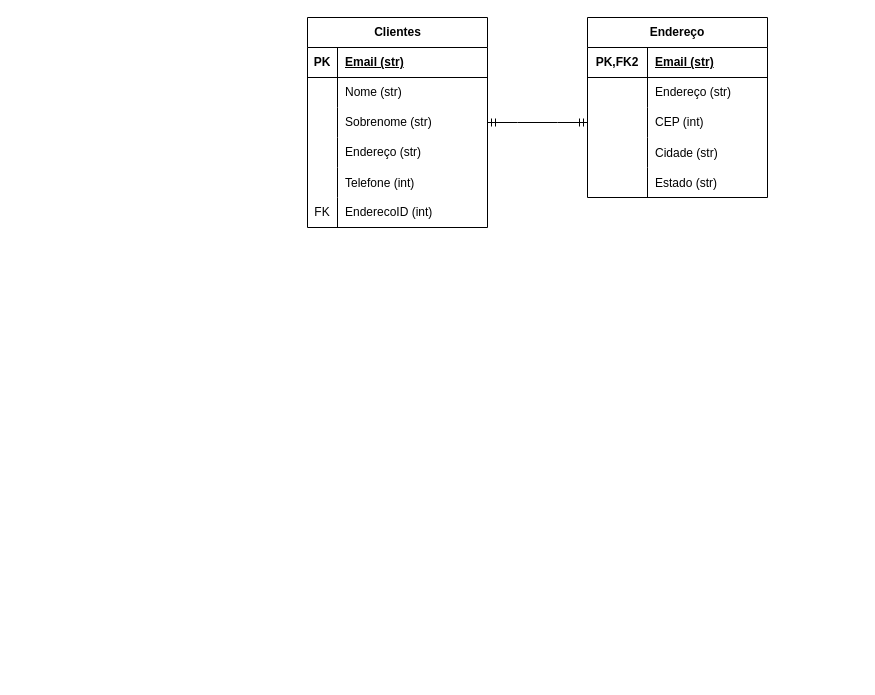
Above: page "Lógico" (2 of 2) of Dannyel/DanFonR.drawio in DanFonR/cco_database_iesb (draw.io), before the change. Source tidied: cells renumbered, new cells numbered last; positions are measured from the earlier drawing's top-left corner, leaving out a move shared by most shapes. Both pictures are drawn from the tidied source at 100%, with x=0, y=0 at pixel (307, 17).
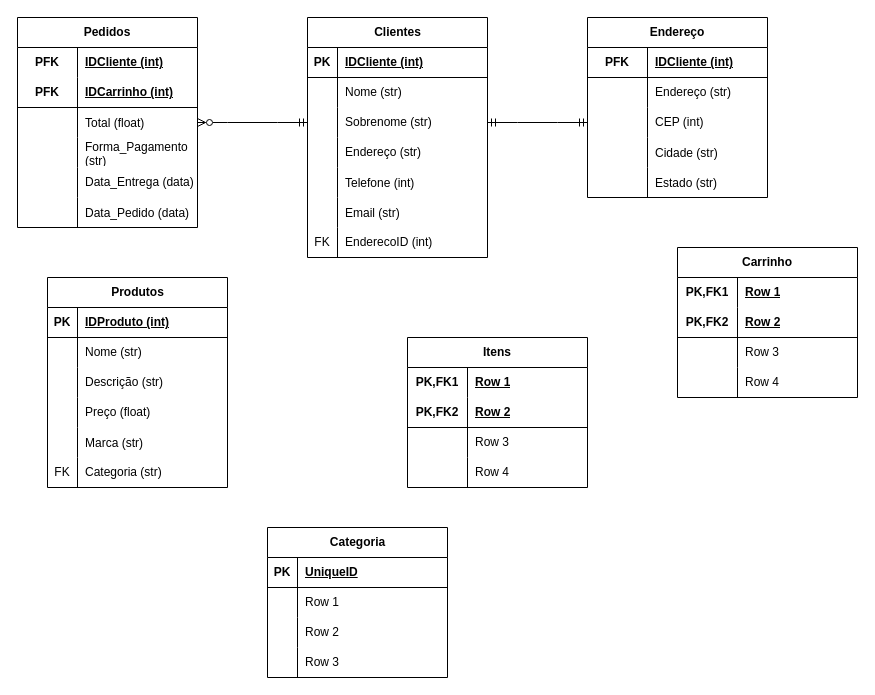
The same page after the edit.

The change refers to these unchanged cells:
```xml
<mxCell id="3" style="shape=tableRow;horizontal=0;startSize=0;swimlaneHead=0;swimlaneBody=0;fillColor=none;top=0;left=0;right=0;bottom=1;" parent="2" vertex="1">
  <mxGeometry y="30" width="180" height="30" as="geometry" />
</mxCell>
<mxCell id="9" style="shape=tableRow;horizontal=0;startSize=0;swimlaneHead=0;swimlaneBody=0;fillColor=none;points=[[0,0.5],[1,0.5]];portConstraint=eastwest;top=0;left=0;right=0;bottom=0;" parent="2" vertex="1">
  <mxGeometry y="90" width="180" height="30" as="geometry" />
</mxCell>
<mxCell id="23" style="shape=tableRow;horizontal=0;startSize=0;swimlaneHead=0;swimlaneBody=0;fillColor=none;top=0;left=0;right=0;bottom=1;html=1;" parent="22" vertex="1">
  <mxGeometry y="30" width="180" height="30" as="geometry" />
</mxCell>
```

Change to the diagram source:
```diff
@@
     <mxCell id="2" value="Clientes" style="shape=table;startSize=30;childLayout=tableLayout;rowLines=0;fontStyle=1;align=center;html=1;" parent="1" vertex="1">
-      <mxGeometry width="180" height="210" as="geometry" />
+      <mxGeometry width="180" height="240" as="geometry" />
     </mxCell>
@@
-    <mxCell id="5" value="Email (str)" style="shape=partialRectangle;fillColor=none;top=0;left=0;bottom=0;right=0;align=left;spacingLeft=6;fontStyle=5;overflow=hidden;whiteSpace=wrap;html=1;" parent="3" vertex="1">
+    <mxCell id="5" value="IDCliente (int)" style="shape=partialRectangle;fillColor=none;top=0;left=0;bottom=0;right=0;align=left;spacingLeft=6;fontStyle=5;overflow=hidden;whiteSpace=wrap;html=1;" parent="3" vertex="1">
       <mxGeometry x="30" width="150" height="30" as="geometry" />
     </mxCell>
@@
+    <mxCell id="38" style="shape=tableRow;horizontal=0;startSize=0;swimlaneHead=0;swimlaneBody=0;fillColor=none;top=0;left=0;right=0;bottom=0;" parent="2" vertex="1">
+      <mxGeometry y="180" width="180" height="30" as="geometry" />
+    </mxCell>
+    <mxCell id="39" style="shape=partialRectangle;fillColor=none;top=0;left=0;bottom=0;right=0;overflow=hidden;" parent="38" vertex="1">
+      <mxGeometry width="30" height="30" as="geometry" />
+    </mxCell>
+    <mxCell id="40" value="Email (str)" style="shape=partialRectangle;fillColor=none;top=0;left=0;bottom=0;right=0;align=left;spacingLeft=6;overflow=hidden;" parent="38" vertex="1">
+      <mxGeometry x="30" width="150" height="30" as="geometry" />
+    </mxCell>
     <mxCell id="18" style="shape=tableRow;horizontal=0;startSize=0;swimlaneHead=0;swimlaneBody=0;fillColor=none;top=0;left=0;right=0;bottom=0;" parent="2" vertex="1">
-      <mxGeometry y="180" width="180" height="30" as="geometry" />
+      <mxGeometry y="210" width="180" height="30" as="geometry" />
     </mxCell>
@@
-    <mxCell id="24" value="PK,FK2" style="shape=partialRectangle;fillColor=none;top=0;left=0;bottom=0;right=0;fontStyle=1;overflow=hidden;html=1;whiteSpace=wrap;" parent="23" vertex="1">
+    <mxCell id="24" value="PFK" style="shape=partialRectangle;fillColor=none;top=0;left=0;bottom=0;right=0;fontStyle=1;overflow=hidden;html=1;whiteSpace=wrap;" parent="23" vertex="1">
       <mxGeometry width="60" height="30" as="geometry" />
     </mxCell>
-    <mxCell id="25" value="Email (str)" style="shape=partialRectangle;fillColor=none;top=0;left=0;bottom=0;right=0;align=left;spacingLeft=6;fontStyle=5;overflow=hidden;html=1;whiteSpace=wrap;" parent="23" vertex="1">
+    <mxCell id="25" value="IDCliente (int)" style="shape=partialRectangle;fillColor=none;top=0;left=0;bottom=0;right=0;align=left;spacingLeft=6;fontStyle=5;overflow=hidden;html=1;whiteSpace=wrap;" parent="23" vertex="1">
       <mxGeometry x="60" width="120" height="30" as="geometry" />
     </mxCell>
@@
+    <mxCell id="41" value="Produtos" style="shape=table;startSize=30;childLayout=tableLayout;rowLines=0;fontStyle=1;align=center;html=1;" parent="1" vertex="1">
+      <mxGeometry x="-260" y="260" width="180" height="210" as="geometry" />
+    </mxCell>
+    <mxCell id="42" style="shape=tableRow;horizontal=0;startSize=0;swimlaneHead=0;swimlaneBody=0;fillColor=none;top=0;left=0;right=0;bottom=1;" parent="41" vertex="1">
+      <mxGeometry y="30" width="180" height="30" as="geometry" />
+    </mxCell>
+    <mxCell id="43" value="PK" style="shape=partialRectangle;fillColor=none;top=0;left=0;bottom=0;right=0;fontStyle=1;overflow=hidden;whiteSpace=wrap;html=1;" parent="42" vertex="1">
+      <mxGeometry width="30" height="30" as="geometry" />
+    </mxCell>
+    <mxCell id="44" value="IDProduto (int)" style="shape=partialRectangle;fillColor=none;top=0;left=0;bottom=0;right=0;align=left;spacingLeft=6;fontStyle=5;overflow=hidden;whiteSpace=wrap;html=1;" parent="42" vertex="1">
+      <mxGeometry x="30" width="150" height="30" as="geometry" />
+    </mxCell>
+    <mxCell id="45" style="shape=tableRow;horizontal=0;startSize=0;swimlaneHead=0;swimlaneBody=0;fillColor=none;top=0;left=0;right=0;bottom=0;" parent="41" vertex="1">
+      <mxGeometry y="60" width="180" height="30" as="geometry" />
+    </mxCell>
+    <mxCell id="46" style="shape=partialRectangle;fillColor=none;top=0;left=0;bottom=0;right=0;overflow=hidden;whiteSpace=wrap;html=1;" parent="45" vertex="1">
+      <mxGeometry width="30" height="30" as="geometry" />
+    </mxCell>
+    <mxCell id="47" value="Nome (str)" style="shape=partialRectangle;fillColor=none;top=0;left=0;bottom=0;right=0;align=left;spacingLeft=6;overflow=hidden;whiteSpace=wrap;html=1;" parent="45" vertex="1">
+      <mxGeometry x="30" width="150" height="30" as="geometry" />
+    </mxCell>
+    <mxCell id="48" style="shape=tableRow;horizontal=0;startSize=0;swimlaneHead=0;swimlaneBody=0;fillColor=none;top=0;left=0;right=0;bottom=0;" parent="41" vertex="1">
+      <mxGeometry y="90" width="180" height="30" as="geometry" />
+    </mxCell>
+    <mxCell id="49" style="shape=partialRectangle;fillColor=none;top=0;left=0;bottom=0;right=0;overflow=hidden;whiteSpace=wrap;html=1;" parent="48" vertex="1">
+      <mxGeometry width="30" height="30" as="geometry" />
+    </mxCell>
+    <mxCell id="50" value="Descrição (str)" style="shape=partialRectangle;fillColor=none;top=0;left=0;bottom=0;right=0;align=left;spacingLeft=6;overflow=hidden;whiteSpace=wrap;html=1;" parent="48" vertex="1">
+      <mxGeometry x="30" width="150" height="30" as="geometry" />
+    </mxCell>
+    <mxCell id="51" style="shape=tableRow;horizontal=0;startSize=0;swimlaneHead=0;swimlaneBody=0;fillColor=none;top=0;left=0;right=0;bottom=0;" parent="41" vertex="1">
+      <mxGeometry y="120" width="180" height="30" as="geometry" />
+    </mxCell>
+    <mxCell id="52" style="shape=partialRectangle;fillColor=none;top=0;left=0;bottom=0;right=0;overflow=hidden;whiteSpace=wrap;html=1;" parent="51" vertex="1">
+      <mxGeometry width="30" height="30" as="geometry" />
+    </mxCell>
+    <mxCell id="53" value="Preço (float)" style="shape=partialRectangle;fillColor=none;top=0;left=0;bottom=0;right=0;align=left;spacingLeft=6;overflow=hidden;whiteSpace=wrap;html=1;" parent="51" vertex="1">
+      <mxGeometry x="30" width="150" height="30" as="geometry" />
+    </mxCell>
+    <mxCell id="54" style="shape=tableRow;horizontal=0;startSize=0;swimlaneHead=0;swimlaneBody=0;fillColor=none;top=0;left=0;right=0;bottom=0;" parent="41" vertex="1">
+      <mxGeometry y="150" width="180" height="30" as="geometry" />
+    </mxCell>
+    <mxCell id="55" style="shape=partialRectangle;fillColor=none;top=0;left=0;bottom=0;right=0;overflow=hidden;" parent="54" vertex="1">
+      <mxGeometry width="30" height="30" as="geometry" />
+    </mxCell>
+    <mxCell id="56" value="Marca (str)" style="shape=partialRectangle;fillColor=none;top=0;left=0;bottom=0;right=0;align=left;spacingLeft=6;overflow=hidden;" parent="54" vertex="1">
+      <mxGeometry x="30" width="150" height="30" as="geometry" />
+    </mxCell>
+    <mxCell id="57" style="shape=tableRow;horizontal=0;startSize=0;swimlaneHead=0;swimlaneBody=0;fillColor=none;top=0;left=0;right=0;bottom=0;" parent="41" vertex="1">
+      <mxGeometry y="180" width="180" height="30" as="geometry" />
+    </mxCell>
+    <mxCell id="58" value="FK" style="shape=partialRectangle;fillColor=none;top=0;left=0;bottom=0;right=0;fontStyle=0;overflow=hidden;whiteSpace=wrap;html=1;" parent="57" vertex="1">
+      <mxGeometry width="30" height="30" as="geometry" />
+    </mxCell>
+    <mxCell id="59" value="Categoria (str)" style="shape=partialRectangle;fillColor=none;top=0;left=0;bottom=0;right=0;align=left;spacingLeft=6;fontStyle=0;overflow=hidden;whiteSpace=wrap;html=1;" parent="57" vertex="1">
+      <mxGeometry x="30" width="150" height="30" as="geometry" />
+    </mxCell>
+    <mxCell id="60" value="Pedidos" style="shape=table;startSize=30;childLayout=tableLayout;rowLines=0;fontStyle=1;align=center;html=1;whiteSpace=wrap;" parent="1" vertex="1">
+      <mxGeometry x="-290" width="180" height="210" as="geometry" />
+    </mxCell>
+    <mxCell id="61" style="shape=tableRow;horizontal=0;startSize=0;swimlaneHead=0;swimlaneBody=0;fillColor=none;top=0;left=0;right=0;bottom=0;html=1;" parent="60" vertex="1">
+      <mxGeometry y="30" width="180" height="30" as="geometry" />
+    </mxCell>
+    <mxCell id="62" value="PFK" style="shape=partialRectangle;fillColor=none;top=0;left=0;bottom=0;right=0;fontStyle=1;overflow=hidden;html=1;whiteSpace=wrap;" parent="61" vertex="1">
+      <mxGeometry width="60" height="30" as="geometry" />
+    </mxCell>
+    <mxCell id="63" value="IDCliente (int)" style="shape=partialRectangle;fillColor=none;top=0;left=0;bottom=0;right=0;align=left;spacingLeft=6;fontStyle=5;overflow=hidden;html=1;whiteSpace=wrap;" parent="61" vertex="1">
+      <mxGeometry x="60" width="120" height="30" as="geometry" />
+    </mxCell>
+    <mxCell id="64" style="shape=tableRow;horizontal=0;startSize=0;swimlaneHead=0;swimlaneBody=0;fillColor=none;top=0;left=0;right=0;bottom=1;html=1;" parent="60" vertex="1">
+      <mxGeometry y="60" width="180" height="30" as="geometry" />
+    </mxCell>
+    <mxCell id="65" value="PFK" style="shape=partialRectangle;fillColor=none;top=0;left=0;bottom=0;right=0;fontStyle=1;overflow=hidden;html=1;whiteSpace=wrap;" parent="64" vertex="1">
+      <mxGeometry width="60" height="30" as="geometry" />
+    </mxCell>
+    <mxCell id="66" value="IDCarrinho (int)" style="shape=partialRectangle;fillColor=none;top=0;left=0;bottom=0;right=0;align=left;spacingLeft=6;fontStyle=5;overflow=hidden;html=1;whiteSpace=wrap;" parent="64" vertex="1">
+      <mxGeometry x="60" width="120" height="30" as="geometry" />
+    </mxCell>
+    <mxCell id="67" style="shape=tableRow;horizontal=0;startSize=0;swimlaneHead=0;swimlaneBody=0;fillColor=none;points=[[0,0.5],[1,0.5]];portConstraint=eastwest;top=0;left=0;right=0;bottom=0;" parent="60" vertex="1">
+      <mxGeometry y="90" width="180" height="30" as="geometry" />
+    </mxCell>
+    <mxCell id="68" style="shape=partialRectangle;fillColor=none;top=0;left=0;bottom=0;right=0;overflow=hidden;" parent="67" vertex="1">
+      <mxGeometry width="60" height="30" as="geometry" />
+    </mxCell>
+    <mxCell id="69" value="Total (float)" style="shape=partialRectangle;fillColor=none;top=0;left=0;bottom=0;right=0;align=left;spacingLeft=6;overflow=hidden;" parent="67" vertex="1">
+      <mxGeometry x="60" width="120" height="30" as="geometry" />
+    </mxCell>
+    <mxCell id="70" style="shape=tableRow;horizontal=0;startSize=0;swimlaneHead=0;swimlaneBody=0;fillColor=none;top=0;left=0;right=0;bottom=0;html=1;" parent="60" vertex="1">
+      <mxGeometry y="120" width="180" height="30" as="geometry" />
+    </mxCell>
+    <mxCell id="71" style="shape=partialRectangle;fillColor=none;top=0;left=0;bottom=0;right=0;overflow=hidden;html=1;whiteSpace=wrap;" parent="70" vertex="1">
+      <mxGeometry width="60" height="30" as="geometry" />
+    </mxCell>
+    <mxCell id="72" value="Forma_Pagamento (str)" style="shape=partialRectangle;fillColor=none;top=0;left=0;bottom=0;right=0;align=left;spacingLeft=6;overflow=hidden;html=1;whiteSpace=wrap;" parent="70" vertex="1">
+      <mxGeometry x="60" width="120" height="30" as="geometry" />
+    </mxCell>
+    <mxCell id="73" style="shape=tableRow;horizontal=0;startSize=0;swimlaneHead=0;swimlaneBody=0;fillColor=none;top=0;left=0;right=0;bottom=0;html=1;" parent="60" vertex="1">
+      <mxGeometry y="150" width="180" height="30" as="geometry" />
+    </mxCell>
+    <mxCell id="74" style="shape=partialRectangle;fillColor=none;top=0;left=0;bottom=0;right=0;overflow=hidden;html=1;whiteSpace=wrap;" parent="73" vertex="1">
+      <mxGeometry width="60" height="30" as="geometry" />
+    </mxCell>
+    <mxCell id="75" value="Data_Entrega (data)" style="shape=partialRectangle;fillColor=none;top=0;left=0;bottom=0;right=0;align=left;spacingLeft=6;overflow=hidden;html=1;whiteSpace=wrap;" parent="73" vertex="1">
+      <mxGeometry x="60" width="120" height="30" as="geometry" />
+    </mxCell>
+    <mxCell id="76" style="shape=tableRow;horizontal=0;startSize=0;swimlaneHead=0;swimlaneBody=0;fillColor=none;top=0;left=0;right=0;bottom=0;" parent="60" vertex="1">
+      <mxGeometry y="180" width="180" height="30" as="geometry" />
+    </mxCell>
+    <mxCell id="77" style="shape=partialRectangle;fillColor=none;top=0;left=0;bottom=0;right=0;overflow=hidden;" parent="76" vertex="1">
+      <mxGeometry width="60" height="30" as="geometry" />
+    </mxCell>
+    <mxCell id="78" value="Data_Pedido (data)" style="shape=partialRectangle;fillColor=none;top=0;left=0;bottom=0;right=0;align=left;spacingLeft=6;overflow=hidden;" parent="76" vertex="1">
+      <mxGeometry x="60" width="120" height="30" as="geometry" />
+    </mxCell>
+    <mxCell id="79" style="edgeStyle=entityRelationEdgeStyle;fontSize=12;html=1;endArrow=ERmandOne;startArrow=ERzeroToMany;rounded=0;startFill=0;endFill=0;entryX=0;entryY=0.5;entryDx=0;entryDy=0;exitX=1;exitY=0.5;exitDx=0;exitDy=0;" parent="1" edge="1" source="67" target="9">
+      <mxGeometry relative="1" as="geometry" />
+    </mxCell>
+    <mxCell id="80" value="Carrinho" style="shape=table;startSize=30;childLayout=tableLayout;rowLines=0;fontStyle=1;align=center;html=1;whiteSpace=wrap;" parent="1" vertex="1">
+      <mxGeometry x="370" y="230" width="180" height="150" as="geometry" />
+    </mxCell>
+    <mxCell id="81" style="shape=tableRow;horizontal=0;startSize=0;swimlaneHead=0;swimlaneBody=0;fillColor=none;top=0;left=0;right=0;bottom=0;html=1;" parent="80" vertex="1">
+      <mxGeometry y="30" width="180" height="30" as="geometry" />
+    </mxCell>
+    <mxCell id="82" value="PK,FK1" style="shape=partialRectangle;fillColor=none;top=0;left=0;bottom=0;right=0;fontStyle=1;overflow=hidden;html=1;whiteSpace=wrap;" parent="81" vertex="1">
+      <mxGeometry width="60" height="30" as="geometry" />
+    </mxCell>
+    <mxCell id="83" value="Row 1" style="shape=partialRectangle;fillColor=none;top=0;left=0;bottom=0;right=0;align=left;spacingLeft=6;fontStyle=5;overflow=hidden;html=1;whiteSpace=wrap;" parent="81" vertex="1">
+      <mxGeometry x="60" width="120" height="30" as="geometry" />
+    </mxCell>
+    <mxCell id="84" style="shape=tableRow;horizontal=0;startSize=0;swimlaneHead=0;swimlaneBody=0;fillColor=none;top=0;left=0;right=0;bottom=1;html=1;" parent="80" vertex="1">
+      <mxGeometry y="60" width="180" height="30" as="geometry" />
+    </mxCell>
+    <mxCell id="85" value="PK,FK2" style="shape=partialRectangle;fillColor=none;top=0;left=0;bottom=0;right=0;fontStyle=1;overflow=hidden;html=1;whiteSpace=wrap;" parent="84" vertex="1">
+      <mxGeometry width="60" height="30" as="geometry" />
+    </mxCell>
+    <mxCell id="86" value="Row 2" style="shape=partialRectangle;fillColor=none;top=0;left=0;bottom=0;right=0;align=left;spacingLeft=6;fontStyle=5;overflow=hidden;html=1;whiteSpace=wrap;" parent="84" vertex="1">
+      <mxGeometry x="60" width="120" height="30" as="geometry" />
+    </mxCell>
+    <mxCell id="87" style="shape=tableRow;horizontal=0;startSize=0;swimlaneHead=0;swimlaneBody=0;fillColor=none;top=0;left=0;right=0;bottom=0;html=1;" parent="80" vertex="1">
+      <mxGeometry y="90" width="180" height="30" as="geometry" />
+    </mxCell>
+    <mxCell id="88" style="shape=partialRectangle;fillColor=none;top=0;left=0;bottom=0;right=0;overflow=hidden;html=1;whiteSpace=wrap;" parent="87" vertex="1">
+      <mxGeometry width="60" height="30" as="geometry" />
+    </mxCell>
+    <mxCell id="89" value="Row 3" style="shape=partialRectangle;fillColor=none;top=0;left=0;bottom=0;right=0;align=left;spacingLeft=6;overflow=hidden;html=1;whiteSpace=wrap;" parent="87" vertex="1">
+      <mxGeometry x="60" width="120" height="30" as="geometry" />
+    </mxCell>
+    <mxCell id="90" style="shape=tableRow;horizontal=0;startSize=0;swimlaneHead=0;swimlaneBody=0;fillColor=none;top=0;left=0;right=0;bottom=0;html=1;" parent="80" vertex="1">
+      <mxGeometry y="120" width="180" height="30" as="geometry" />
+    </mxCell>
+    <mxCell id="91" style="shape=partialRectangle;fillColor=none;top=0;left=0;bottom=0;right=0;overflow=hidden;html=1;whiteSpace=wrap;" parent="90" vertex="1">
+      <mxGeometry width="60" height="30" as="geometry" />
+    </mxCell>
+    <mxCell id="92" value="Row 4" style="shape=partialRectangle;fillColor=none;top=0;left=0;bottom=0;right=0;align=left;spacingLeft=6;overflow=hidden;html=1;whiteSpace=wrap;" parent="90" vertex="1">
+      <mxGeometry x="60" width="120" height="30" as="geometry" />
+    </mxCell>
+    <mxCell id="93" value="Itens" style="shape=table;startSize=30;childLayout=tableLayout;rowLines=0;fontStyle=1;align=center;html=1;whiteSpace=wrap;" parent="1" vertex="1">
+      <mxGeometry x="100" y="320" width="180" height="150" as="geometry" />
+    </mxCell>
+    <mxCell id="94" style="shape=tableRow;horizontal=0;startSize=0;swimlaneHead=0;swimlaneBody=0;fillColor=none;top=0;left=0;right=0;bottom=0;html=1;" parent="93" vertex="1">
+      <mxGeometry y="30" width="180" height="30" as="geometry" />
+    </mxCell>
+    <mxCell id="95" value="PK,FK1" style="shape=partialRectangle;fillColor=none;top=0;left=0;bottom=0;right=0;fontStyle=1;overflow=hidden;html=1;whiteSpace=wrap;" parent="94" vertex="1">
+      <mxGeometry width="60" height="30" as="geometry" />
+    </mxCell>
+    <mxCell id="96" value="Row 1" style="shape=partialRectangle;fillColor=none;top=0;left=0;bottom=0;right=0;align=left;spacingLeft=6;fontStyle=5;overflow=hidden;html=1;whiteSpace=wrap;" parent="94" vertex="1">
+      <mxGeometry x="60" width="120" height="30" as="geometry" />
+    </mxCell>
+    <mxCell id="97" style="shape=tableRow;horizontal=0;startSize=0;swimlaneHead=0;swimlaneBody=0;fillColor=none;top=0;left=0;right=0;bottom=1;html=1;" parent="93" vertex="1">
+      <mxGeometry y="60" width="180" height="30" as="geometry" />
+    </mxCell>
+    <mxCell id="98" value="PK,FK2" style="shape=partialRectangle;fillColor=none;top=0;left=0;bottom=0;right=0;fontStyle=1;overflow=hidden;html=1;whiteSpace=wrap;" parent="97" vertex="1">
+      <mxGeometry width="60" height="30" as="geometry" />
+    </mxCell>
+    <mxCell id="99" value="Row 2" style="shape=partialRectangle;fillColor=none;top=0;left=0;bottom=0;right=0;align=left;spacingLeft=6;fontStyle=5;overflow=hidden;html=1;whiteSpace=wrap;" parent="97" vertex="1">
+      <mxGeometry x="60" width="120" height="30" as="geometry" />
+    </mxCell>
+    <mxCell id="100" style="shape=tableRow;horizontal=0;startSize=0;swimlaneHead=0;swimlaneBody=0;fillColor=none;top=0;left=0;right=0;bottom=0;html=1;" parent="93" vertex="1">
+      <mxGeometry y="90" width="180" height="30" as="geometry" />
+    </mxCell>
+    <mxCell id="101" style="shape=partialRectangle;fillColor=none;top=0;left=0;bottom=0;right=0;overflow=hidden;html=1;whiteSpace=wrap;" parent="100" vertex="1">
+      <mxGeometry width="60" height="30" as="geometry" />
+    </mxCell>
+    <mxCell id="102" value="Row 3" style="shape=partialRectangle;fillColor=none;top=0;left=0;bottom=0;right=0;align=left;spacingLeft=6;overflow=hidden;html=1;whiteSpace=wrap;" parent="100" vertex="1">
+      <mxGeometry x="60" width="120" height="30" as="geometry" />
+    </mxCell>
+    <mxCell id="103" style="shape=tableRow;horizontal=0;startSize=0;swimlaneHead=0;swimlaneBody=0;fillColor=none;top=0;left=0;right=0;bottom=0;html=1;" parent="93" vertex="1">
+      <mxGeometry y="120" width="180" height="30" as="geometry" />
+    </mxCell>
+    <mxCell id="104" style="shape=partialRectangle;fillColor=none;top=0;left=0;bottom=0;right=0;overflow=hidden;html=1;whiteSpace=wrap;" parent="103" vertex="1">
+      <mxGeometry width="60" height="30" as="geometry" />
+    </mxCell>
+    <mxCell id="105" value="Row 4" style="shape=partialRectangle;fillColor=none;top=0;left=0;bottom=0;right=0;align=left;spacingLeft=6;overflow=hidden;html=1;whiteSpace=wrap;" parent="103" vertex="1">
+      <mxGeometry x="60" width="120" height="30" as="geometry" />
+    </mxCell>
+    <mxCell id="106" value="Categoria" style="shape=table;startSize=30;childLayout=tableLayout;rowLines=0;fontStyle=1;align=center;html=1;" parent="1" vertex="1">
+      <mxGeometry x="-40" y="510" width="180" height="150" as="geometry" />
+    </mxCell>
+    <mxCell id="107" style="shape=tableRow;horizontal=0;startSize=0;swimlaneHead=0;swimlaneBody=0;fillColor=none;top=0;left=0;right=0;bottom=1;" parent="106" vertex="1">
+      <mxGeometry y="30" width="180" height="30" as="geometry" />
+    </mxCell>
+    <mxCell id="108" value="PK" style="shape=partialRectangle;fillColor=none;top=0;left=0;bottom=0;right=0;fontStyle=1;overflow=hidden;whiteSpace=wrap;html=1;" parent="107" vertex="1">
+      <mxGeometry width="30" height="30" as="geometry" />
+    </mxCell>
+    <mxCell id="109" value="UniqueID" style="shape=partialRectangle;fillColor=none;top=0;left=0;bottom=0;right=0;align=left;spacingLeft=6;fontStyle=5;overflow=hidden;whiteSpace=wrap;html=1;" parent="107" vertex="1">
+      <mxGeometry x="30" width="150" height="30" as="geometry" />
+    </mxCell>
+    <mxCell id="110" style="shape=tableRow;horizontal=0;startSize=0;swimlaneHead=0;swimlaneBody=0;fillColor=none;top=0;left=0;right=0;bottom=0;" parent="106" vertex="1">
+      <mxGeometry y="60" width="180" height="30" as="geometry" />
+    </mxCell>
+    <mxCell id="111" style="shape=partialRectangle;fillColor=none;top=0;left=0;bottom=0;right=0;overflow=hidden;whiteSpace=wrap;html=1;" parent="110" vertex="1">
+      <mxGeometry width="30" height="30" as="geometry" />
+    </mxCell>
+    <mxCell id="112" value="Row 1" style="shape=partialRectangle;fillColor=none;top=0;left=0;bottom=0;right=0;align=left;spacingLeft=6;overflow=hidden;whiteSpace=wrap;html=1;" parent="110" vertex="1">
+      <mxGeometry x="30" width="150" height="30" as="geometry" />
+    </mxCell>
+    <mxCell id="113" style="shape=tableRow;horizontal=0;startSize=0;swimlaneHead=0;swimlaneBody=0;fillColor=none;top=0;left=0;right=0;bottom=0;" parent="106" vertex="1">
+      <mxGeometry y="90" width="180" height="30" as="geometry" />
+    </mxCell>
+    <mxCell id="114" style="shape=partialRectangle;fillColor=none;top=0;left=0;bottom=0;right=0;overflow=hidden;whiteSpace=wrap;html=1;" parent="113" vertex="1">
+      <mxGeometry width="30" height="30" as="geometry" />
+    </mxCell>
+    <mxCell id="115" value="Row 2" style="shape=partialRectangle;fillColor=none;top=0;left=0;bottom=0;right=0;align=left;spacingLeft=6;overflow=hidden;whiteSpace=wrap;html=1;" parent="113" vertex="1">
+      <mxGeometry x="30" width="150" height="30" as="geometry" />
+    </mxCell>
+    <mxCell id="116" style="shape=tableRow;horizontal=0;startSize=0;swimlaneHead=0;swimlaneBody=0;fillColor=none;top=0;left=0;right=0;bottom=0;" parent="106" vertex="1">
+      <mxGeometry y="120" width="180" height="30" as="geometry" />
+    </mxCell>
+    <mxCell id="117" style="shape=partialRectangle;fillColor=none;top=0;left=0;bottom=0;right=0;overflow=hidden;whiteSpace=wrap;html=1;" parent="116" vertex="1">
+      <mxGeometry width="30" height="30" as="geometry" />
+    </mxCell>
+    <mxCell id="118" value="Row 3" style="shape=partialRectangle;fillColor=none;top=0;left=0;bottom=0;right=0;align=left;spacingLeft=6;overflow=hidden;whiteSpace=wrap;html=1;" parent="116" vertex="1">
+      <mxGeometry x="30" width="150" height="30" as="geometry" />
+    </mxCell>
```
